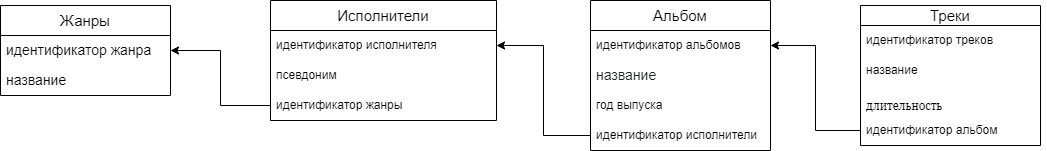
Earlier version of the draw.io export music store.drawio.png (arrakurt/dz-oop). Source tidied: cells renumbered, new cells last; positions are measured from the earlier drawing's top-left corner, leaving out a move shared by most shapes.
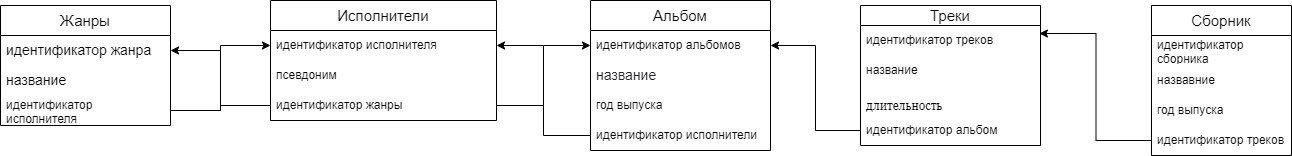
After the commit.

Change to the diagram source:
```diff
@@ -3,7 +3,7 @@
     <mxCell id="0" />
     <mxCell id="1" parent="0" />
     <mxCell id="2" value="&lt;font style=&quot;vertical-align: inherit; font-size: 15px;&quot;&gt;Жанры&lt;/font&gt;" style="swimlane;fontStyle=0;horizontal=1;startSize=30;whiteSpace=wrap;html=1;" parent="1" vertex="1">
-      <mxGeometry y="5" width="170" height="90" as="geometry" />
+      <mxGeometry y="5" width="170" height="120" as="geometry" />
     </mxCell>
     <mxCell id="3" value="&lt;span style=&quot;font-size: 14px;&quot;&gt;идентификатор жанра&lt;/span&gt;" style="text;strokeColor=none;fillColor=none;align=left;verticalAlign=middle;spacingLeft=4;spacingRight=4;overflow=hidden;points=[[0,0.5],[1,0.5]];portConstraint=eastwest;whiteSpace=wrap;html=1;" parent="2" vertex="1">
       <mxGeometry y="30" width="170" height="30" as="geometry" />
@@ -11,6 +11,9 @@
     <mxCell id="4" value="&lt;font style=&quot;vertical-align: inherit; font-size: 14px;&quot;&gt;название&lt;/font&gt;" style="text;strokeColor=none;fillColor=none;align=left;verticalAlign=middle;spacingLeft=4;spacingRight=4;overflow=hidden;whiteSpace=wrap;html=1;" parent="2" vertex="1">
       <mxGeometry y="60" width="170" height="30" as="geometry" />
     </mxCell>
+    <mxCell id="22" value="идентификатор исполнителя" style="text;strokeColor=none;fillColor=none;align=left;verticalAlign=middle;spacingLeft=4;spacingRight=4;overflow=hidden;points=[[0,0.5],[1,0.5]];portConstraint=eastwest;whiteSpace=wrap;html=1;" parent="2" vertex="1">
+      <mxGeometry y="90" width="170" height="30" as="geometry" />
+    </mxCell>
     <mxCell id="5" value="&lt;font style=&quot;vertical-align: inherit; font-size: 15px;&quot;&gt;Исполнители&lt;/font&gt;" style="swimlane;fontStyle=0;horizontal=1;startSize=30;whiteSpace=wrap;html=1;" parent="1" vertex="1">
       <mxGeometry x="270" width="226" height="120" as="geometry" />
     </mxCell>
@@ -62,5 +65,29 @@
     <mxCell id="21" style="edgeStyle=orthogonalEdgeStyle;rounded=0;jettySize=auto;html=1;exitX=0;exitY=0.5;exitDx=0;exitDy=0;entryX=1;entryY=0.5;entryDx=0;entryDy=0;" parent="1" edge="1" source="18" target="10">
       <mxGeometry relative="1" as="geometry" />
     </mxCell>
+    <mxCell id="23" style="edgeStyle=orthogonalEdgeStyle;rounded=0;jettySize=auto;html=1;exitX=1;exitY=0.5;exitDx=0;exitDy=0;entryX=0;entryY=0.5;entryDx=0;entryDy=0;" parent="1" edge="1" source="8" target="10">
+      <mxGeometry relative="1" as="geometry" />
+    </mxCell>
+    <mxCell id="24" value="&lt;font style=&quot;vertical-align: inherit; font-size: 15px;&quot;&gt;Сборник&lt;/font&gt;" style="swimlane;fontStyle=0;horizontal=1;startSize=30;whiteSpace=wrap;html=1;" parent="1" vertex="1">
+      <mxGeometry x="1151" y="5" width="140" height="150" as="geometry" />
+    </mxCell>
+    <mxCell id="25" value="идентификатор сборника" style="text;strokeColor=none;fillColor=none;align=left;verticalAlign=middle;spacingLeft=4;spacingRight=4;overflow=hidden;whiteSpace=wrap;html=1;" parent="24" vertex="1">
+      <mxGeometry y="30" width="140" height="30" as="geometry" />
+    </mxCell>
+    <mxCell id="26" value="назвавние" style="text;strokeColor=none;fillColor=none;align=left;verticalAlign=middle;spacingLeft=4;spacingRight=4;overflow=hidden;whiteSpace=wrap;html=1;" parent="24" vertex="1">
+      <mxGeometry y="60" width="140" height="30" as="geometry" />
+    </mxCell>
+    <mxCell id="27" value="год выпуска" style="text;strokeColor=none;fillColor=none;align=left;verticalAlign=middle;spacingLeft=4;spacingRight=4;overflow=hidden;whiteSpace=wrap;html=1;" parent="24" vertex="1">
+      <mxGeometry y="90" width="140" height="30" as="geometry" />
+    </mxCell>
+    <mxCell id="28" value="идентификатор треков" style="text;strokeColor=none;fillColor=none;align=left;verticalAlign=middle;spacingLeft=4;spacingRight=4;overflow=hidden;points=[[0,0.5],[1,0.5]];portConstraint=eastwest;whiteSpace=wrap;html=1;" parent="24" vertex="1">
+      <mxGeometry y="120" width="140" height="30" as="geometry" />
+    </mxCell>
+    <mxCell id="29" style="edgeStyle=orthogonalEdgeStyle;rounded=0;jettySize=auto;html=1;exitX=0;exitY=0.5;exitDx=0;exitDy=0;entryX=0.994;entryY=0.267;entryDx=0;entryDy=0;entryPerimeter=0;" parent="1" edge="1" source="28" target="15">
+      <mxGeometry relative="1" as="geometry" />
+    </mxCell>
+    <mxCell id="30" style="edgeStyle=orthogonalEdgeStyle;rounded=0;jettySize=auto;html=1;exitX=1;exitY=0.5;exitDx=0;exitDy=0;entryX=0;entryY=0.5;entryDx=0;entryDy=0;" parent="1" edge="1" source="22" target="6">
+      <mxGeometry relative="1" as="geometry" />
+    </mxCell>
   </root>
 </mxGraphModel>
```
